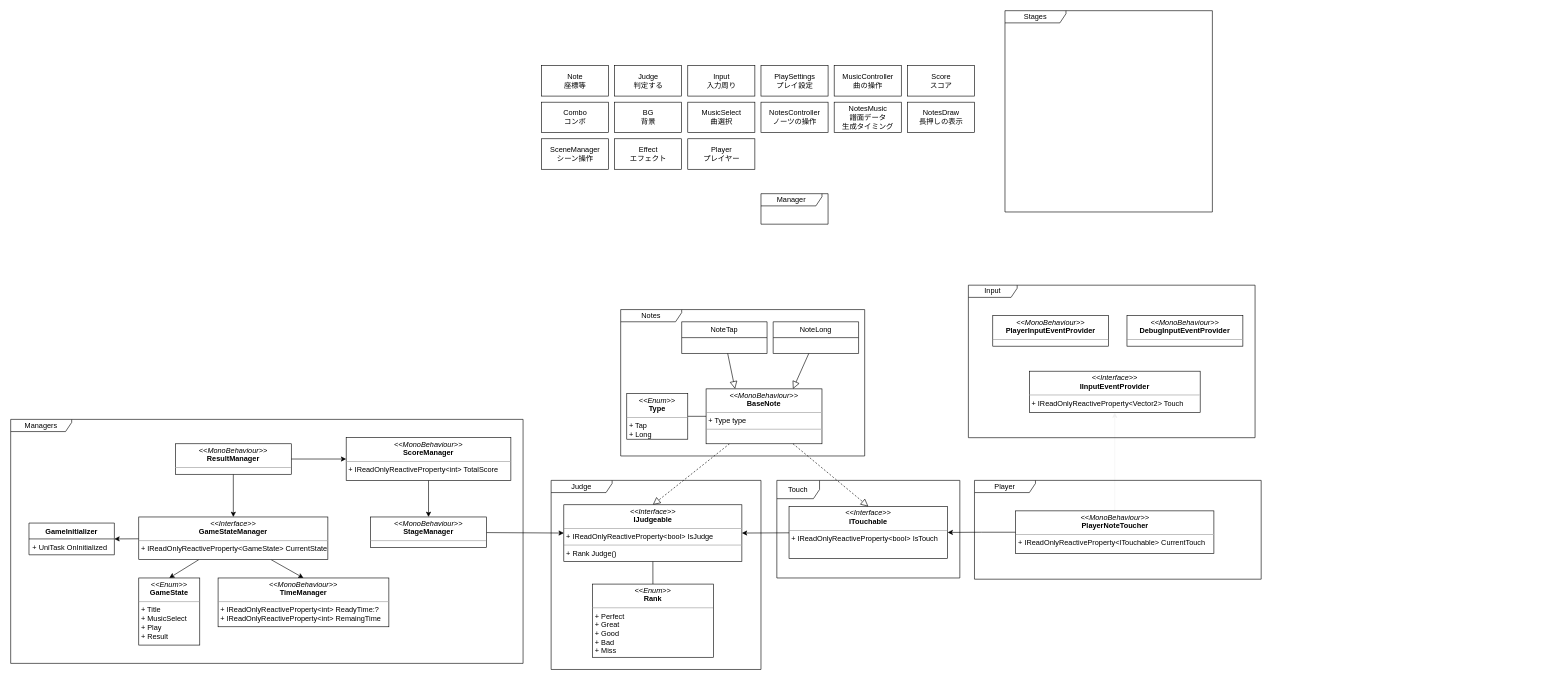
eorfeorf/Ringtone keeps this draw.io diagram as Assets/Ringtone/Documents~/Ringtone.drawio. Above is the earlier version. Source tidied: cells renumbered, new cells numbered last; positions are measured from the earlier drawing's top-left corner, leaving out a move shared by most shapes. Both pictures are drawn from the tidied source at 61%, with x=0, y=0 at pixel (10, 10).
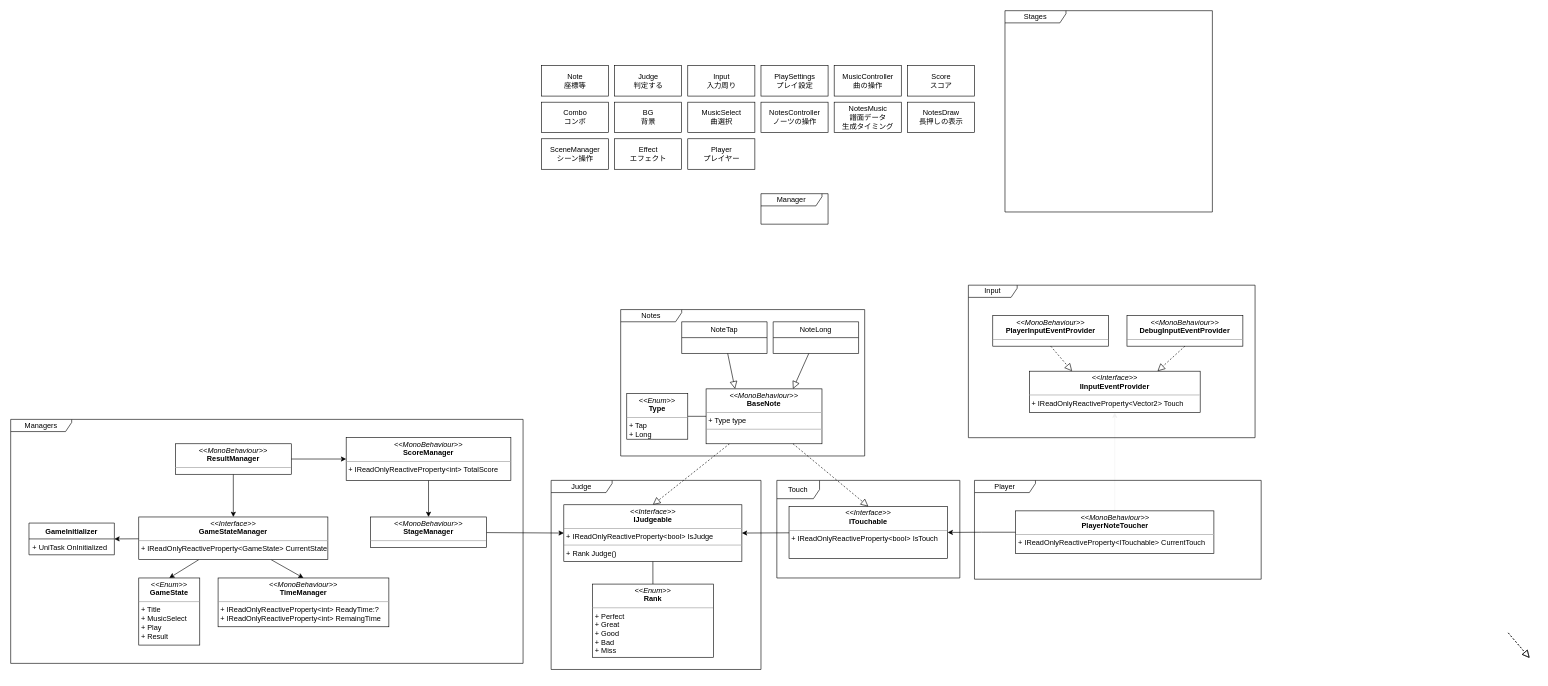
Above is the later version.

The change refers to these unchanged cells:
```xml
<mxCell id="59" style="group;" parent="1" vertex="1">
  <mxGeometry x="1570" y="450" width="470" height="250" as="geometry" />
</mxCell>
<mxCell id="61" value="&lt;p style=&quot;margin: 0px ; margin-top: 4px ; text-align: center&quot;&gt;&lt;i&gt;&amp;lt;&amp;lt;MonoBehaviour&amp;gt;&amp;gt;&lt;/i&gt;&lt;br&gt;&lt;b&gt;DebugInputEventProvider&lt;/b&gt;&lt;/p&gt;&lt;hr size=&quot;1&quot;&gt;&lt;p style=&quot;margin: 0px ; margin-left: 4px&quot;&gt;&lt;br&gt;&lt;/p&gt;" style="verticalAlign=top;align=left;overflow=fill;fontSize=12;fontFamily=Helvetica;html=1;" parent="59" vertex="1">
  <mxGeometry x="260" y="50" width="190" height="50" as="geometry" />
</mxCell>
<mxCell id="62" value="&lt;p style=&quot;margin: 0px ; margin-top: 4px ; text-align: center&quot;&gt;&lt;i&gt;&amp;lt;&amp;lt;MonoBehaviour&amp;gt;&amp;gt;&lt;/i&gt;&lt;br&gt;&lt;b&gt;PlayerInputEventProvider&lt;/b&gt;&lt;/p&gt;&lt;hr size=&quot;1&quot;&gt;&lt;p style=&quot;margin: 0px ; margin-left: 4px&quot;&gt;&lt;br&gt;&lt;/p&gt;" style="verticalAlign=top;align=left;overflow=fill;fontSize=12;fontFamily=Helvetica;html=1;" parent="59" vertex="1">
  <mxGeometry x="40" y="50" width="190" height="50" as="geometry" />
</mxCell>
<mxCell id="63" value="&lt;p style=&quot;margin: 0px ; margin-top: 4px ; text-align: center&quot;&gt;&lt;i&gt;&amp;lt;&amp;lt;Interface&amp;gt;&amp;gt;&lt;/i&gt;&lt;br&gt;&lt;b&gt;IInputEventProvider&lt;/b&gt;&lt;/p&gt;&lt;hr size=&quot;1&quot;&gt;&lt;p style=&quot;margin: 0px ; margin-left: 4px&quot;&gt;+ IReadOnlyReactiveProperty&amp;lt;Vector2&amp;gt; Touch&lt;br&gt;&lt;/p&gt;" style="verticalAlign=top;align=left;overflow=fill;fontSize=12;fontFamily=Helvetica;html=1;" parent="59" vertex="1">
  <mxGeometry x="100" y="141" width="280" height="68" as="geometry" />
</mxCell>
```

Change to the diagram source:
```diff
@@
+    <mxCell id="64" style="rounded=0;jettySize=auto;html=1;entryX=0.25;entryY=0;entryDx=0;entryDy=0;endArrow=block;endFill=0;dashed=1;strokeWidth=1;endSize=10;exitX=0.5;exitY=1;exitDx=0;exitDy=0;" parent="59" edge="1" source="62" target="63">
+      <mxGeometry relative="1" as="geometry" />
+    </mxCell>
+    <mxCell id="65" style="rounded=0;orthogonalLoop=1;jettySize=auto;html=1;entryX=0.25;entryY=0;entryDx=0;entryDy=0;endArrow=block;endFill=0;dashed=1;strokeWidth=1;endSize=10;exitX=0.5;exitY=1;exitDx=0;exitDy=0;" parent="59" edge="1">
+      <mxGeometry relative="1" as="geometry">
+        <mxPoint x="885" y="570" as="sourcePoint" />
+        <mxPoint x="920" y="611" as="targetPoint" />
+      </mxGeometry>
+    </mxCell>
+    <mxCell id="66" style="rounded=0;orthogonalLoop=1;jettySize=auto;html=1;entryX=0.25;entryY=0;entryDx=0;entryDy=0;endArrow=block;endFill=0;dashed=1;strokeWidth=1;endSize=10;exitX=0.5;exitY=1;exitDx=0;exitDy=0;" parent="59" edge="1">
+      <mxGeometry relative="1" as="geometry">
+        <mxPoint x="885" y="570" as="sourcePoint" />
+        <mxPoint x="920" y="611" as="targetPoint" />
+      </mxGeometry>
+    </mxCell>
+    <mxCell id="67" style="rounded=0;jettySize=auto;html=1;entryX=0.75;entryY=0;entryDx=0;entryDy=0;endArrow=block;endFill=0;dashed=1;strokeWidth=1;endSize=10;exitX=0.5;exitY=1;exitDx=0;exitDy=0;" parent="59" edge="1" source="61" target="63">
+      <mxGeometry relative="1" as="geometry" />
+    </mxCell>
```
